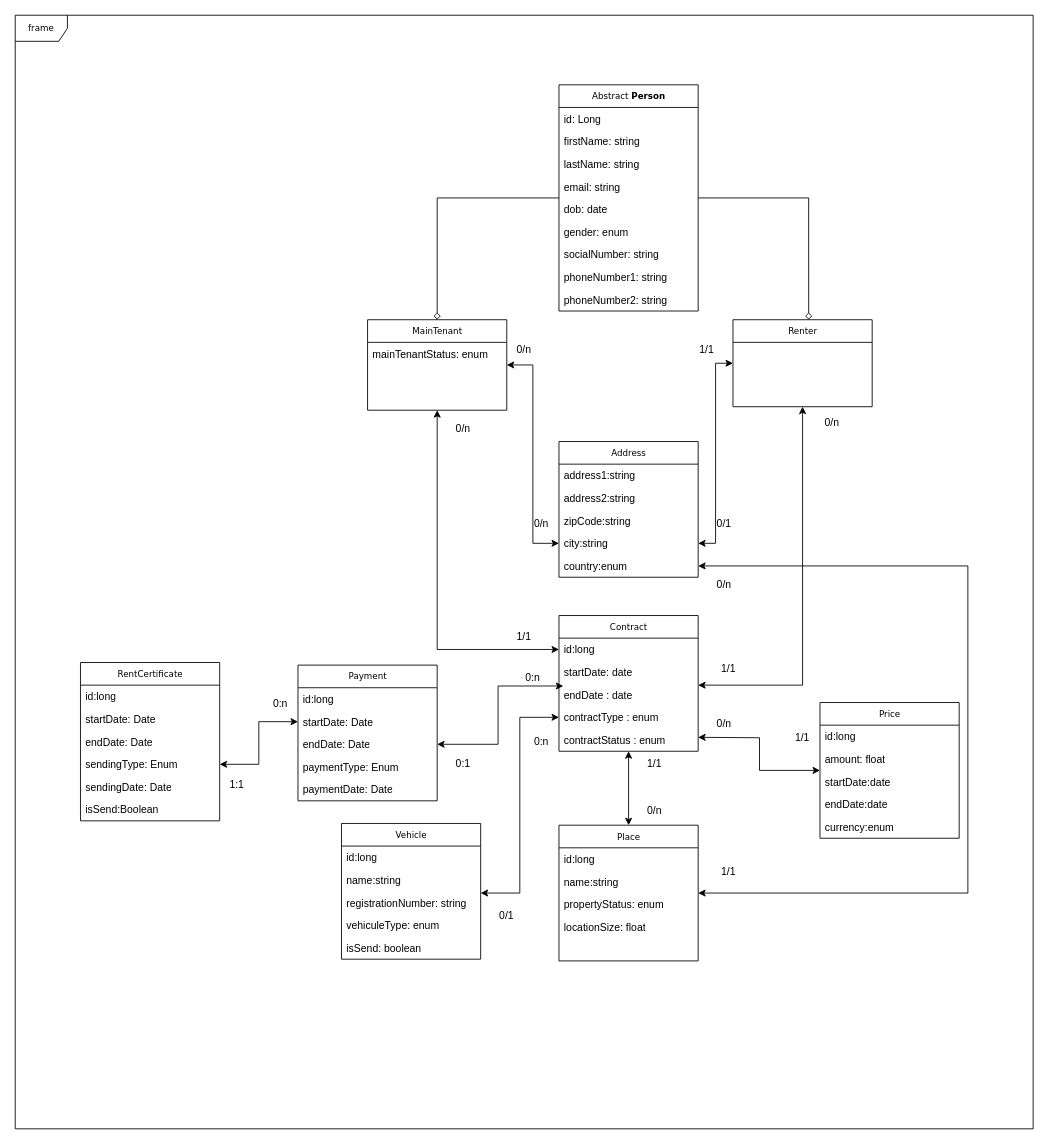
Before: conception/class diagram.drawio in chrystlll/rentalProject_back, a draw.io diagram. Source tidied: cells renumbered, new cells numbered last; positions are measured from the earlier drawing's top-left corner, leaving out a move shared by most shapes. Both pictures are drawn from the tidied source at 87%, with x=0, y=0 at pixel (15, 15).
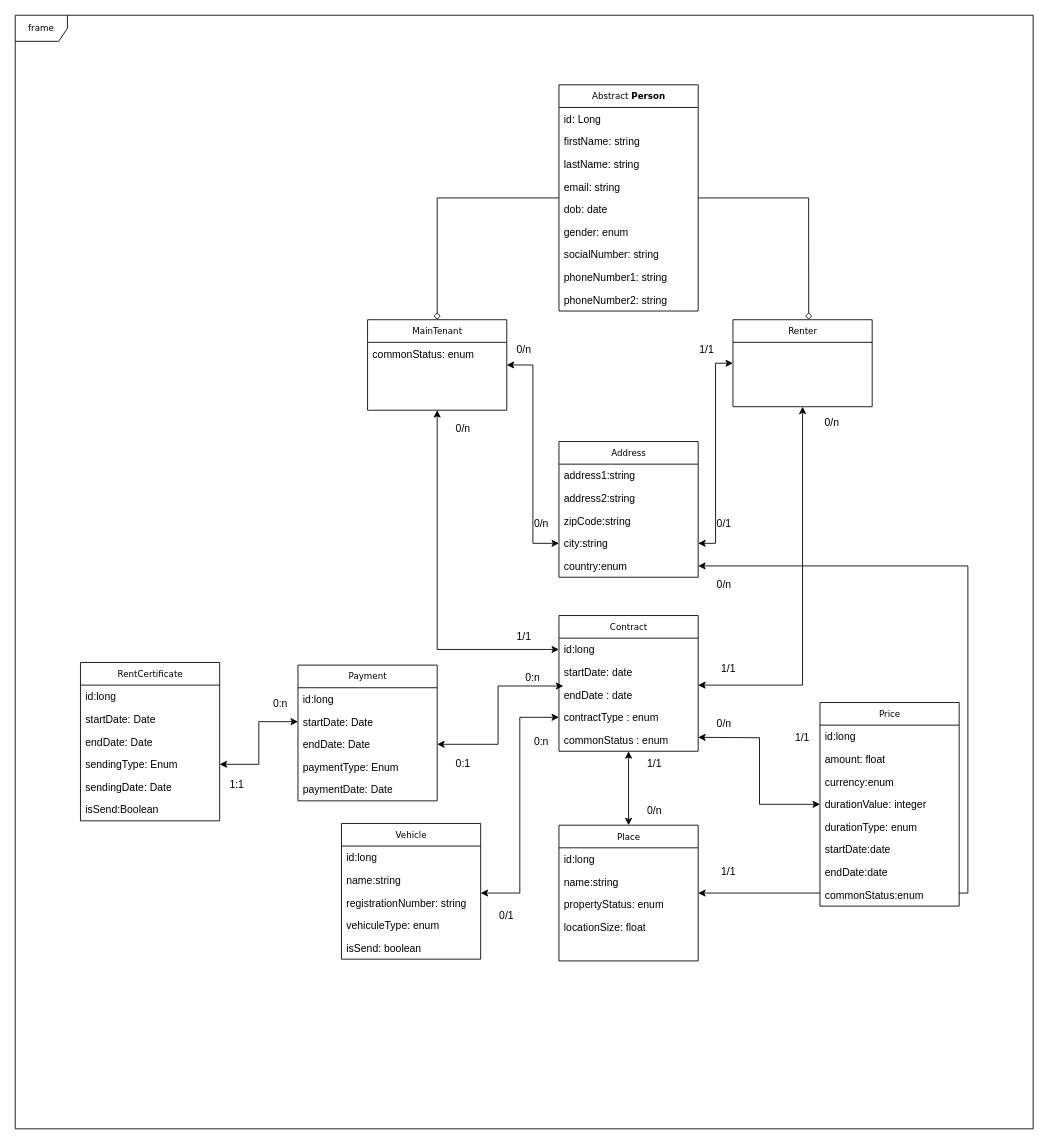
After the change.

Unchanged cells that the change refers to:
```xml
<mxCell id="8" value="MainTenant" style="swimlane;html=1;fontStyle=0;horizontal=1;startSize=26;fillColor=none;swimlaneFillColor=#ffffff;rounded=0;shadow=0;comic=0;labelBackgroundColor=none;strokeWidth=1;fontFamily=Verdana;fontSize=10;align=center;" parent="1" vertex="1">
  <mxGeometry x="405" y="350" width="160" height="104" as="geometry" />
</mxCell>
<mxCell id="33" value="Contract" style="swimlane;html=1;fontStyle=0;horizontal=1;startSize=26;fillColor=none;swimlaneFillColor=#ffffff;rounded=0;shadow=0;comic=0;labelBackgroundColor=none;strokeWidth=1;fontFamily=Verdana;fontSize=10;align=center;" parent="1" vertex="1">
  <mxGeometry x="625" y="690" width="160" height="156" as="geometry" />
</mxCell>
```

What changed in the source:
```diff
@@
-    <mxCell id="9" value="mainTenantStatus: enum" style="text;html=1;strokeColor=none;fillColor=none;align=left;verticalAlign=top;spacingLeft=4;spacingRight=4;whiteSpace=wrap;overflow=hidden;" parent="8" vertex="1">
+    <mxCell id="9" value="commonStatus: enum" style="text;html=1;strokeColor=none;fillColor=none;align=left;verticalAlign=top;spacingLeft=4;spacingRight=4;whiteSpace=wrap;overflow=hidden;" parent="8" vertex="1">
       <mxGeometry y="26" width="160" height="26" as="geometry" />
     </mxCell>
@@
-    <mxCell id="38" value="contractStatus : enum" style="text;html=1;strokeColor=none;fillColor=none;align=left;verticalAlign=top;spacingLeft=4;spacingRight=4;whiteSpace=wrap;overflow=hidden;" parent="33" vertex="1">
+    <mxCell id="38" value="commonStatus : enum" style="text;html=1;strokeColor=none;fillColor=none;align=left;verticalAlign=top;spacingLeft=4;spacingRight=4;whiteSpace=wrap;overflow=hidden;" parent="33" vertex="1">
       <mxGeometry y="130" width="160" height="26" as="geometry" />
     </mxCell>
@@
     <mxCell id="51" value="Price" style="swimlane;html=1;fontStyle=0;horizontal=1;startSize=26;fillColor=none;swimlaneFillColor=#ffffff;rounded=0;shadow=0;comic=0;labelBackgroundColor=none;strokeWidth=1;fontFamily=Verdana;fontSize=10;align=center;" parent="1" vertex="1">
-      <mxGeometry x="925" y="790" width="160" height="156" as="geometry" />
+      <mxGeometry x="925" y="790" width="160" height="234" as="geometry" />
     </mxCell>
@@
+    <mxCell id="56" value="currency:enum" style="text;html=1;strokeColor=none;fillColor=none;align=left;verticalAlign=top;spacingLeft=4;spacingRight=4;whiteSpace=wrap;overflow=hidden;" parent="51" vertex="1">
+      <mxGeometry y="78" width="160" height="26" as="geometry" />
+    </mxCell>
+    <mxCell id="90" value="durationValue: integer" style="text;html=1;strokeColor=none;fillColor=none;align=left;verticalAlign=top;spacingLeft=4;spacingRight=4;whiteSpace=wrap;overflow=hidden;" parent="51" vertex="1">
+      <mxGeometry y="104" width="160" height="26" as="geometry" />
+    </mxCell>
+    <mxCell id="91" value="durationType: enum" style="text;html=1;strokeColor=none;fillColor=none;align=left;verticalAlign=top;spacingLeft=4;spacingRight=4;whiteSpace=wrap;overflow=hidden;" parent="51" vertex="1">
+      <mxGeometry y="130" width="160" height="26" as="geometry" />
+    </mxCell>
     <mxCell id="54" value="startDate:date" style="text;html=1;strokeColor=none;fillColor=none;align=left;verticalAlign=top;spacingLeft=4;spacingRight=4;whiteSpace=wrap;overflow=hidden;" parent="51" vertex="1">
-      <mxGeometry y="78" width="160" height="26" as="geometry" />
+      <mxGeometry y="156" width="160" height="26" as="geometry" />
     </mxCell>
     <mxCell id="55" value="endDate:date" style="text;html=1;strokeColor=none;fillColor=none;align=left;verticalAlign=top;spacingLeft=4;spacingRight=4;whiteSpace=wrap;overflow=hidden;" parent="51" vertex="1">
-      <mxGeometry y="104" width="160" height="26" as="geometry" />
+      <mxGeometry y="182" width="160" height="26" as="geometry" />
     </mxCell>
-    <mxCell id="56" value="currency:enum" style="text;html=1;strokeColor=none;fillColor=none;align=left;verticalAlign=top;spacingLeft=4;spacingRight=4;whiteSpace=wrap;overflow=hidden;" parent="51" vertex="1">
-      <mxGeometry y="130" width="160" height="26" as="geometry" />
-    </mxCell>
+    <mxCell id="92" value="commonStatus:enum" style="text;html=1;strokeColor=none;fillColor=none;align=left;verticalAlign=top;spacingLeft=4;spacingRight=4;whiteSpace=wrap;overflow=hidden;" parent="51" vertex="1">
+      <mxGeometry y="208" width="160" height="26" as="geometry" />
+    </mxCell>
```
